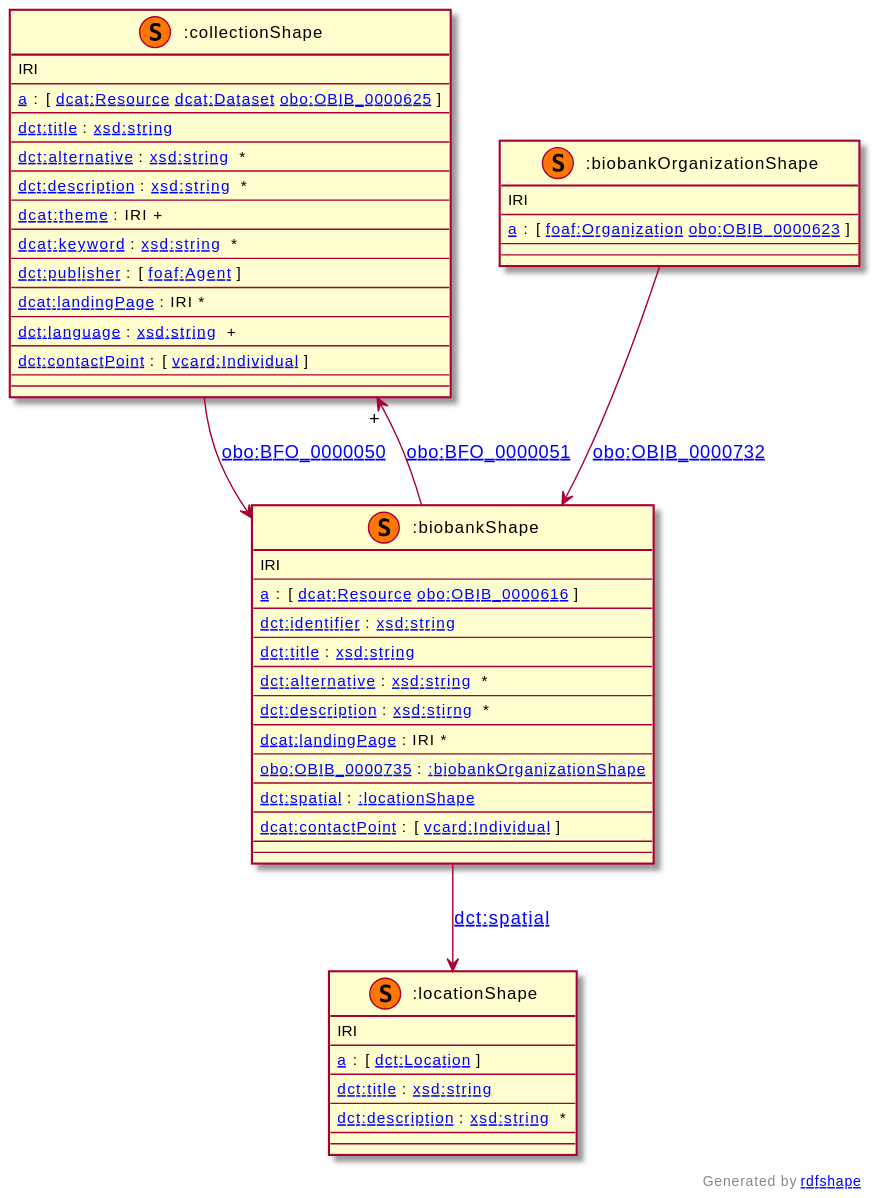
Before: images/shex/biobank.svg, a diagram exported from PlantUML (ejp-rd-vp/resource-metadata-schema).
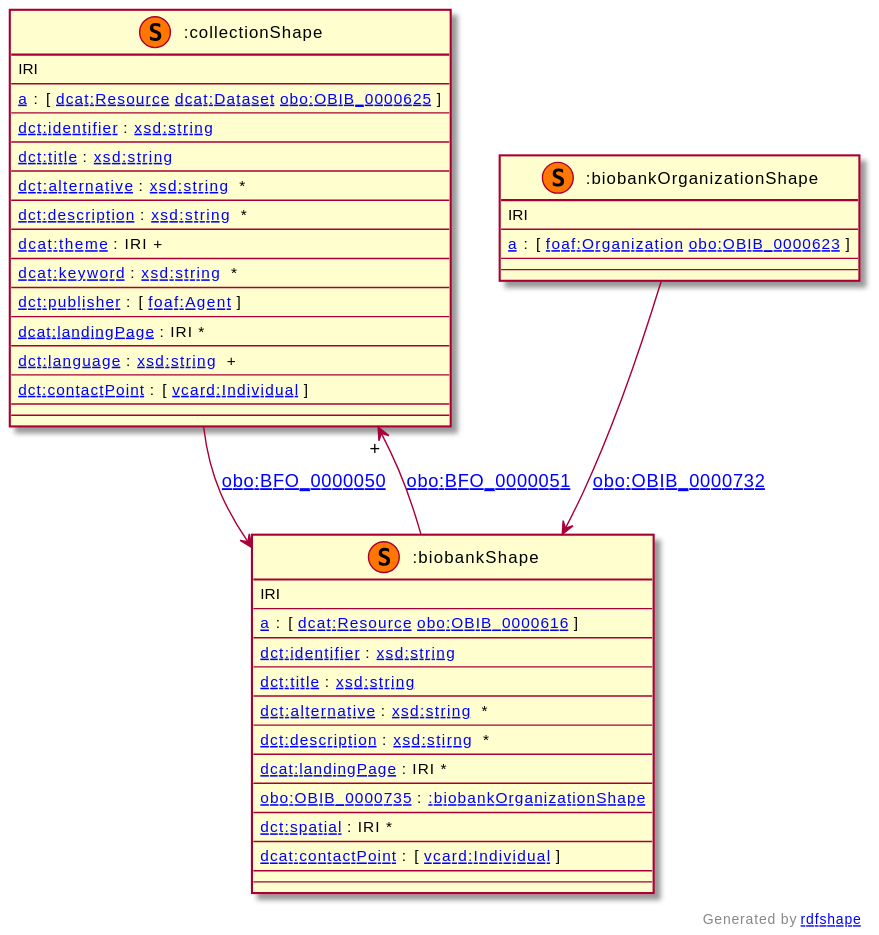
The same diagram one commit later.

Commit message:
adds: biobank ttl example

Diff of the diagram source:
```diff
@@ -3,6 +3,8 @@
 IRI
 --
 [[http://www.w3.org/1999/02/22-rdf-syntax-ns#type a]] : [ [[http://www.w3.org/ns/dcat#Resource dcat:Resource]] [[http://www.w3.org/ns/dcat#Dataset dcat:Dataset]] [[http://purl.obolibrary.org/obo/OBIB_0000625 obo:OBIB_0000625]] ]
+--
+[[http://purl.org/dc/terms/identifier dct:identifier]] : [[http://www.w3.org/2001/XMLSchema#string xsd:string]]
 --
 [[http://purl.org/dc/terms/title dct:title]] : [[http://www.w3.org/2001/XMLSchema#string xsd:string]]
 --
@@ -41,33 +43,21 @@
 --
 [[http://purl.obolibrary.org/obo/OBIB_0000735 obo:OBIB_0000735]] : [[http://purl.org/ejp-rd/metadata-model/v1/shex/biobankOrganizationShape :biobankOrganizationShape]]
 --
-[[http://purl.org/dc/terms/spatial dct:spatial]] : [[http://purl.org/ejp-rd/metadata-model/v1/shex/locationShape :locationShape]]
+[[http://purl.org/dc/terms/spatial dct:spatial]] : IRI *
 --
 [[http://www.w3.org/ns/dcat#contactPoint dcat:contactPoint]] : [ [[http://www.w3.org/2006/vcard/ns#Individual vcard:Individual]] ]
 --
 --
 }
-class ":biobankOrganizationShape" as 3 <<(S,#FF7700)>> [[http://purl.org/ejp-rd/metadata-model/v1/shex/biobankOrganizationShape :biobankOrganizationShape]] {
+class ":biobankOrganizationShape" as 2 <<(S,#FF7700)>> [[http://purl.org/ejp-rd/metadata-model/v1/shex/biobankOrganizationShape :biobankOrganizationShape]] {
 IRI
 --
 [[http://www.w3.org/1999/02/22-rdf-syntax-ns#type a]] : [ [[http://xmlns.com/foaf/0.1/Organization foaf:Organization]] [[http://purl.obolibrary.org/obo/OBIB_0000623 obo:OBIB_0000623]] ]
 --
 --
 }
-class ":locationShape" as 2 <<(S,#FF7700)>> [[http://purl.org/ejp-rd/metadata-model/v1/shex/locationShape :locationShape]] {
-IRI
---
-[[http://www.w3.org/1999/02/22-rdf-syntax-ns#type a]] : [ [[http://purl.org/dc/terms/Location dct:Location]] ]
---
-[[http://purl.org/dc/terms/title dct:title]] : [[http://www.w3.org/2001/XMLSchema#string xsd:string]]
---
-[[http://purl.org/dc/terms/description dct:description]] : [[http://www.w3.org/2001/XMLSchema#string xsd:string]]  *
---
---
-}
-3 --> " " 1 : [[http://purl.obolibrary.org/obo/OBIB_0000732 obo:OBIB_0000732]]
+2 --> " " 1 : [[http://purl.obolibrary.org/obo/OBIB_0000732 obo:OBIB_0000732]]
 1 --> "+" 0 : [[http://purl.obolibrary.org/obo/BFO_0000051 obo:BFO_0000051]]
-1 --> " " 2 : [[http://purl.org/dc/terms/spatial dct:spatial]]
 0 --> " " 1 : [[http://purl.obolibrary.org/obo/BFO_0000050 obo:BFO_0000050]]
 
 right footer Generated by [[https://rdfshape.weso.es rdfshape]]
```
